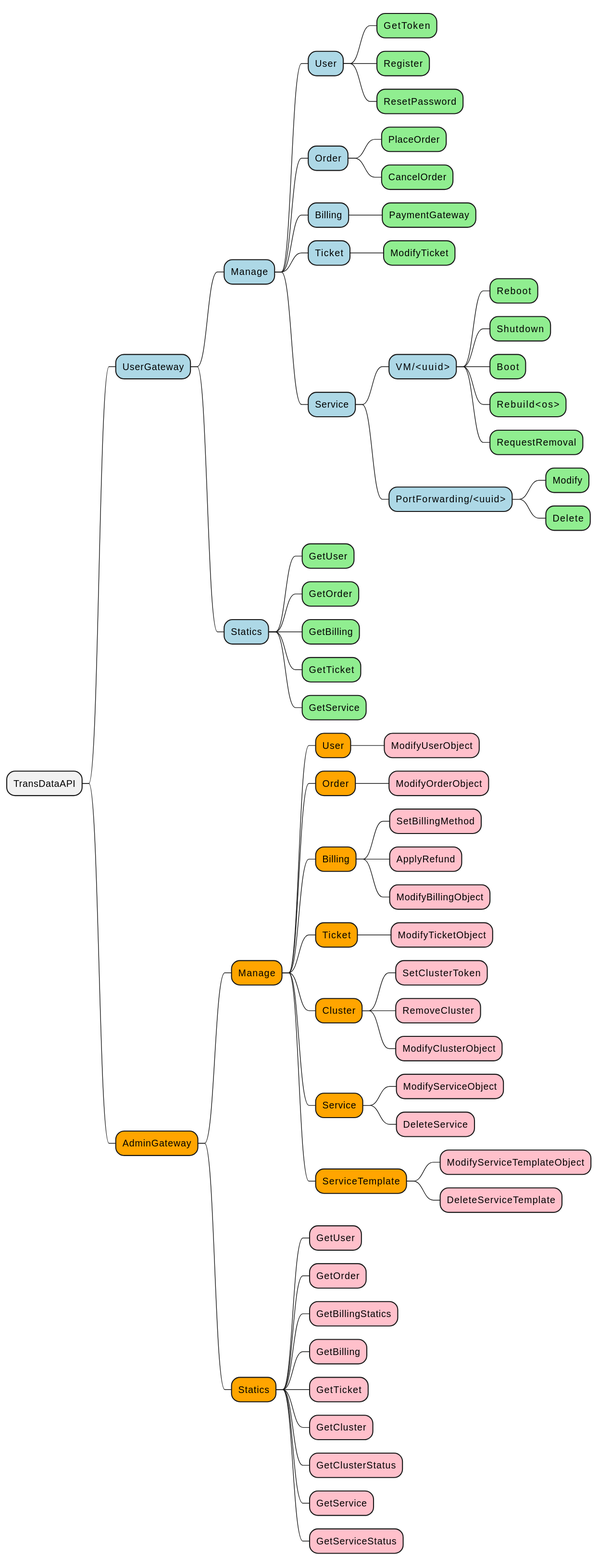
Before: documents/api.svg, a diagram exported from PlantUML (CaliNetwork/TransData).
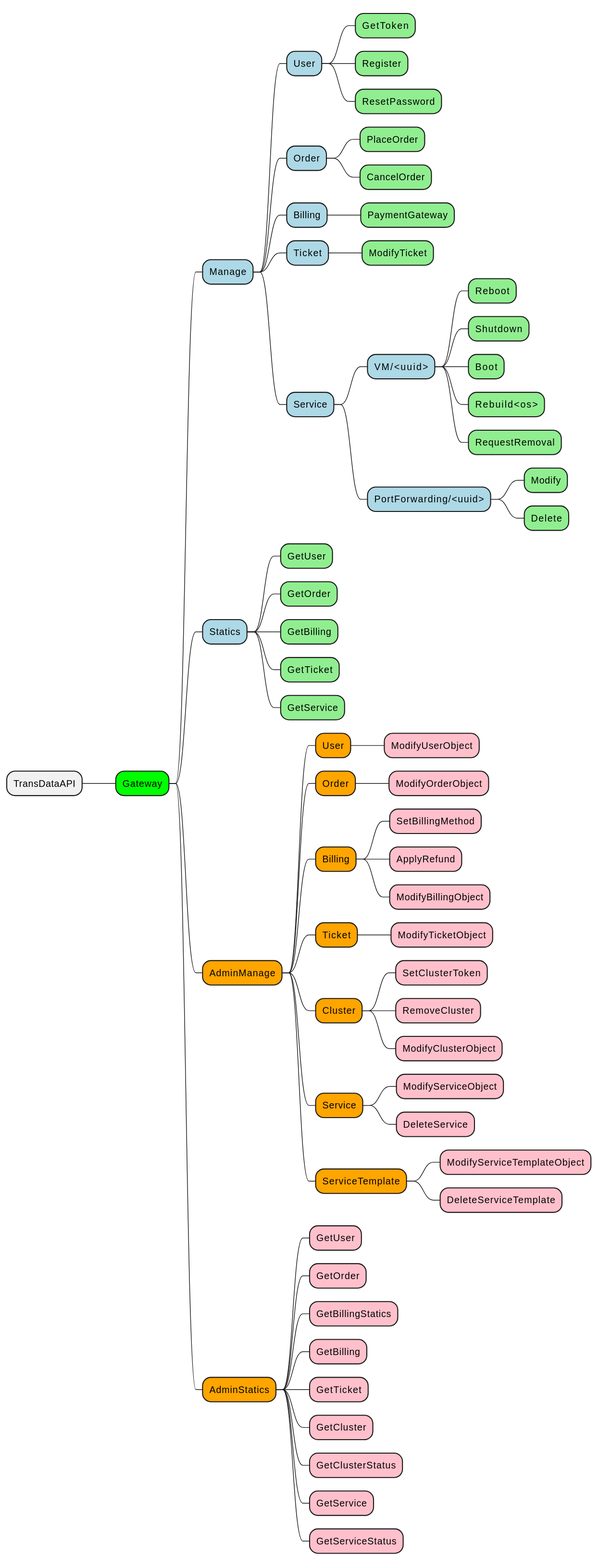
The same file after the commit.

Commit message:
[dashboard] Redesign authGateway

Diff of the diagram source:
```diff
@@ -1,6 +1,6 @@
 @startmindmap
 * TransDataAPI
-    *[#lightblue] UserGateway
+    *[#lime] Gateway
         *[#lightblue] Manage
             *[#lightblue] User
                 *[#lightgreen] GetToken
@@ -30,8 +30,7 @@
             *[#lightgreen] GetTicket
             *[#lightgreen] GetService
 
-    *[#orange] AdminGateway
-        *[#orange] Manage
+        *[#orange] AdminManage
             *[#orange] User
                 *[#pink] ModifyUserObject
             *[#orange] Order
@@ -52,7 +51,7 @@
             *[#orange] ServiceTemplate
                 *[#pink] ModifyServiceTemplateObject
                 *[#pink] DeleteServiceTemplate
-        *[#orange] Statics
+        *[#orange] AdminStatics
             *[#pink] GetUser
             *[#pink] GetOrder
             *[#pink] GetBillingStatics
```
